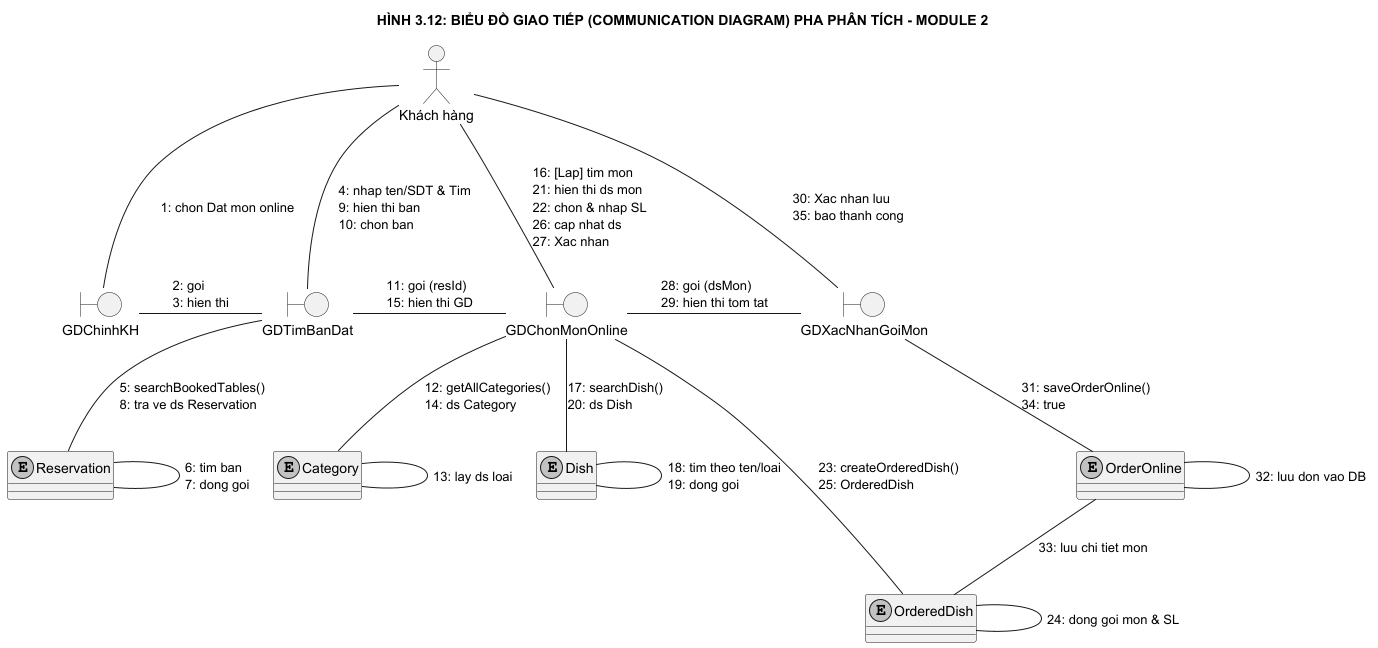
The PlantUML diagram docs/diagrams/Analysis_06_Module2_Communication.png in NEWBIE1005/RMS_RestaurantManagementSystem, before a commit.
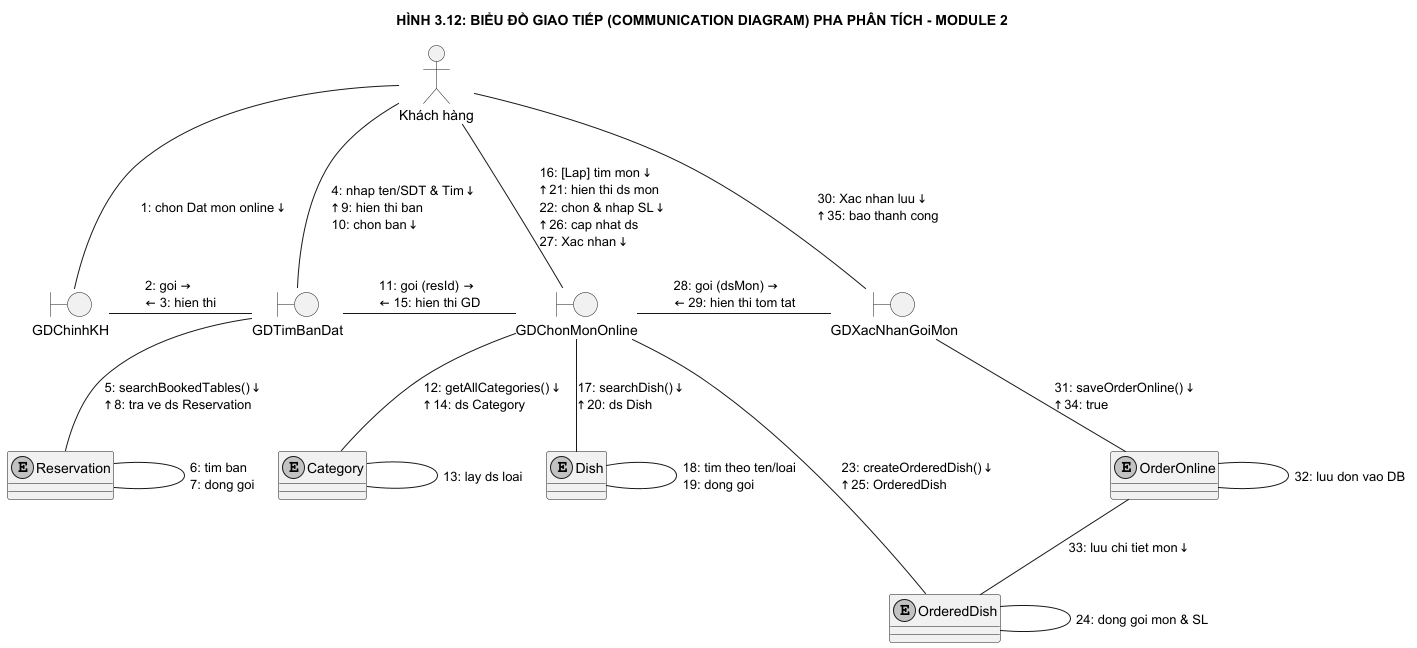
Above is the later version.

The edit, as a diff of the source:
```diff
@@ -3,7 +3,7 @@
 skinparam monochrome true
 skinparam shadowing false
 skinparam defaultTextAlignment left
-skinparam nodesep 65
+skinparam nodesep 70
 skinparam ranksep 75
 
 title HÌNH 3.12: BIỂU ĐỒ GIAO TIẾP (COMMUNICATION DIAGRAM) PHA PHÂN TÍCH - MODULE 2
@@ -21,26 +21,26 @@
 entity "OrderedDish" as Item
 entity "OrderOnline" as Ord
 
-KH -- GD1 : 1: chon Dat mon online
-KH -- GD2 : 4: nhap ten/SDT & Tim\n9: hien thi ban\n10: chon ban
-KH -- GD3 : 16: [Lap] tim mon\n21: hien thi ds mon\n22: chon & nhap SL\n26: cap nhat ds\n27: Xac nhan
-KH -- GD4 : 30: Xac nhan luu\n35: bao thanh cong
+KH -- GD1 : 1: chon Dat mon online ↓
+KH -- GD2 : 4: nhap ten/SDT & Tim ↓\n↑ 9: hien thi ban\n10: chon ban ↓
+KH -- GD3 : 16: [Lap] tim mon ↓\n↑ 21: hien thi ds mon\n22: chon & nhap SL ↓\n↑ 26: cap nhat ds\n27: Xac nhan ↓
+KH -- GD4 : 30: Xac nhan luu ↓\n↑ 35: bao thanh cong
 
-GD1 -right- GD2 : 2: goi\n3: hien thi
-GD2 -right- GD3 : 11: goi (resId)\n15: hien thi GD
-GD3 -right- GD4 : 28: goi (dsMon)\n29: hien thi tom tat
+GD1 -right- GD2 : 2: goi →\n← 3: hien thi
+GD2 -right- GD3 : 11: goi (resId) →\n← 15: hien thi GD
+GD3 -right- GD4 : 28: goi (dsMon) →\n← 29: hien thi tom tat
 
-GD2 -- Res : 5: searchBookedTables()\n8: tra ve ds Reservation
-GD3 -- Cat : 12: getAllCategories()\n14: ds Category
-GD3 -- Dish : 17: searchDish()\n20: ds Dish
-GD3 -- Item : 23: createOrderedDish()\n25: OrderedDish
-GD4 -- Ord : 31: saveOrderOnline()\n34: true
+GD2 -- Res : 5: searchBookedTables() ↓\n↑ 8: tra ve ds Reservation
+GD3 -- Cat : 12: getAllCategories() ↓\n↑ 14: ds Category
+GD3 -- Dish : 17: searchDish() ↓\n↑ 20: ds Dish
+GD3 -- Item : 23: createOrderedDish() ↓\n↑ 25: OrderedDish
+GD4 -- Ord : 31: saveOrderOnline() ↓\n↑ 34: true
 
 Res -- Res : 6: tim ban\n7: dong goi
 Cat -- Cat : 13: lay ds loai
 Dish -- Dish : 18: tim theo ten/loai\n19: dong goi
 Item -- Item : 24: dong goi mon & SL
-Ord -- Item : 33: luu chi tiet mon
+Ord -- Item : 33: luu chi tiet mon ↓
 Ord -- Ord : 32: luu don vao DB
 
 @enduml
```
